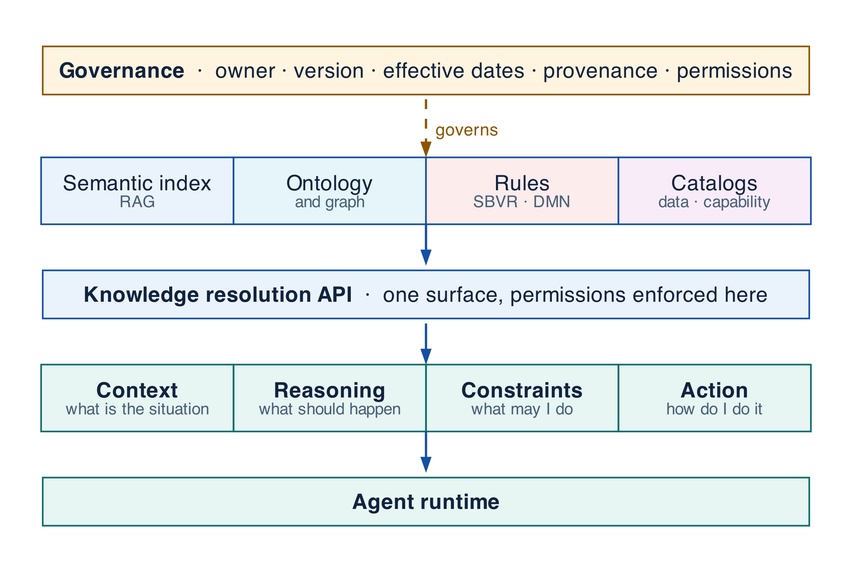
This is assets/diagrams/knowledge-fabric.png from rrahimi-uci/building-enterprise-general-intelligence, a Graphviz export, as it was before one commit. Its source is kept beside it as assets/diagrams/src/knowledge-fabric.gv.
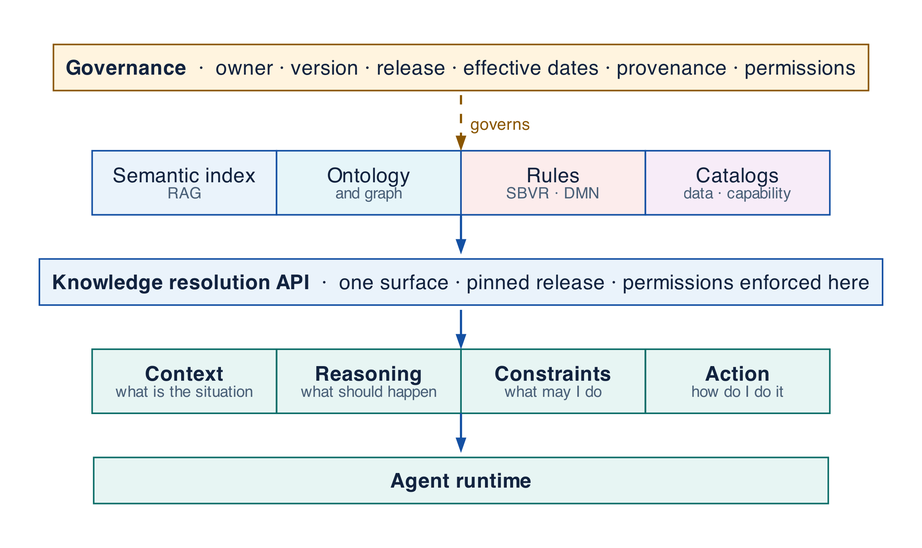
After the change.

Diff of the diagram source:
```diff
@@ -6,7 +6,7 @@
 
   gov [label=<
     <TABLE BORDER="0" CELLBORDER="1" CELLSPACING="0" CELLPADDING="7" COLOR="#8A5600" BGCOLOR="#FFF4DF">
-      <TR><TD ALIGN="CENTER" WIDTH="470"><B>Governance</B>  ·  owner · version · effective dates · provenance · permissions</TD></TR>
+      <TR><TD ALIGN="CENTER" WIDTH="470"><B>Governance</B>  ·  owner · version · release · effective dates · provenance · permissions</TD></TR>
     </TABLE>>]
 
   reps [label=<
@@ -21,7 +21,7 @@
 
   api [label=<
     <TABLE BORDER="0" CELLBORDER="1" CELLSPACING="0" CELLPADDING="7" COLOR="#1450A3" BGCOLOR="#EAF3FB">
-      <TR><TD ALIGN="CENTER" WIDTH="470"><B>Knowledge resolution API</B>  ·  one surface, permissions enforced here</TD></TR>
+      <TR><TD ALIGN="CENTER" WIDTH="470"><B>Knowledge resolution API</B>  ·  one surface · pinned release · permissions enforced here</TD></TR>
     </TABLE>>]
 
   modes [label=<
```
